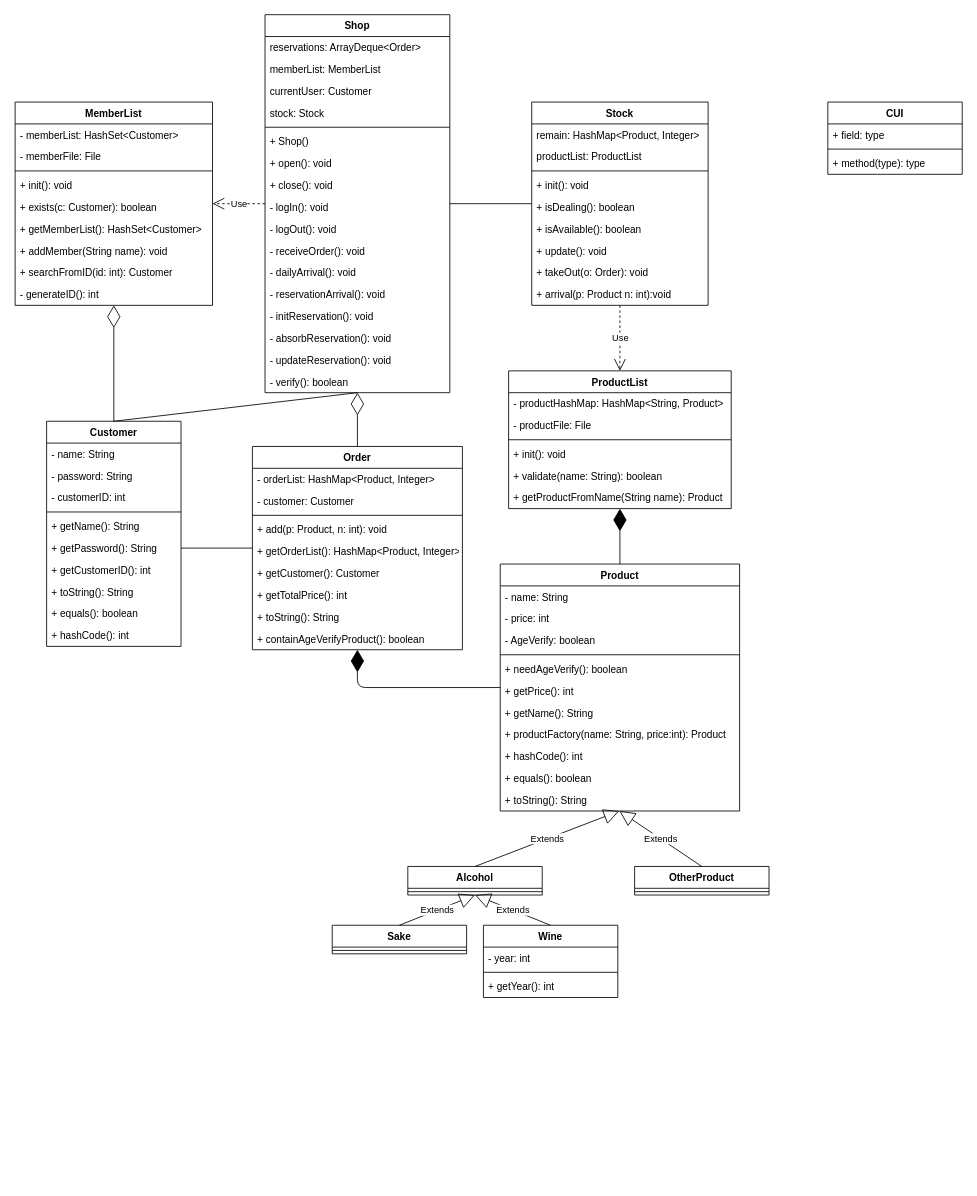
Above: img/class.drawio in Silviase/Shop (draw.io), before the change. Source tidied: cells renumbered, new cells numbered last; positions are measured from the earlier drawing's top-left corner, leaving out a move shared by most shapes. Both pictures are drawn from the tidied source at 84%, with x=0, y=0 at pixel (14, 14).
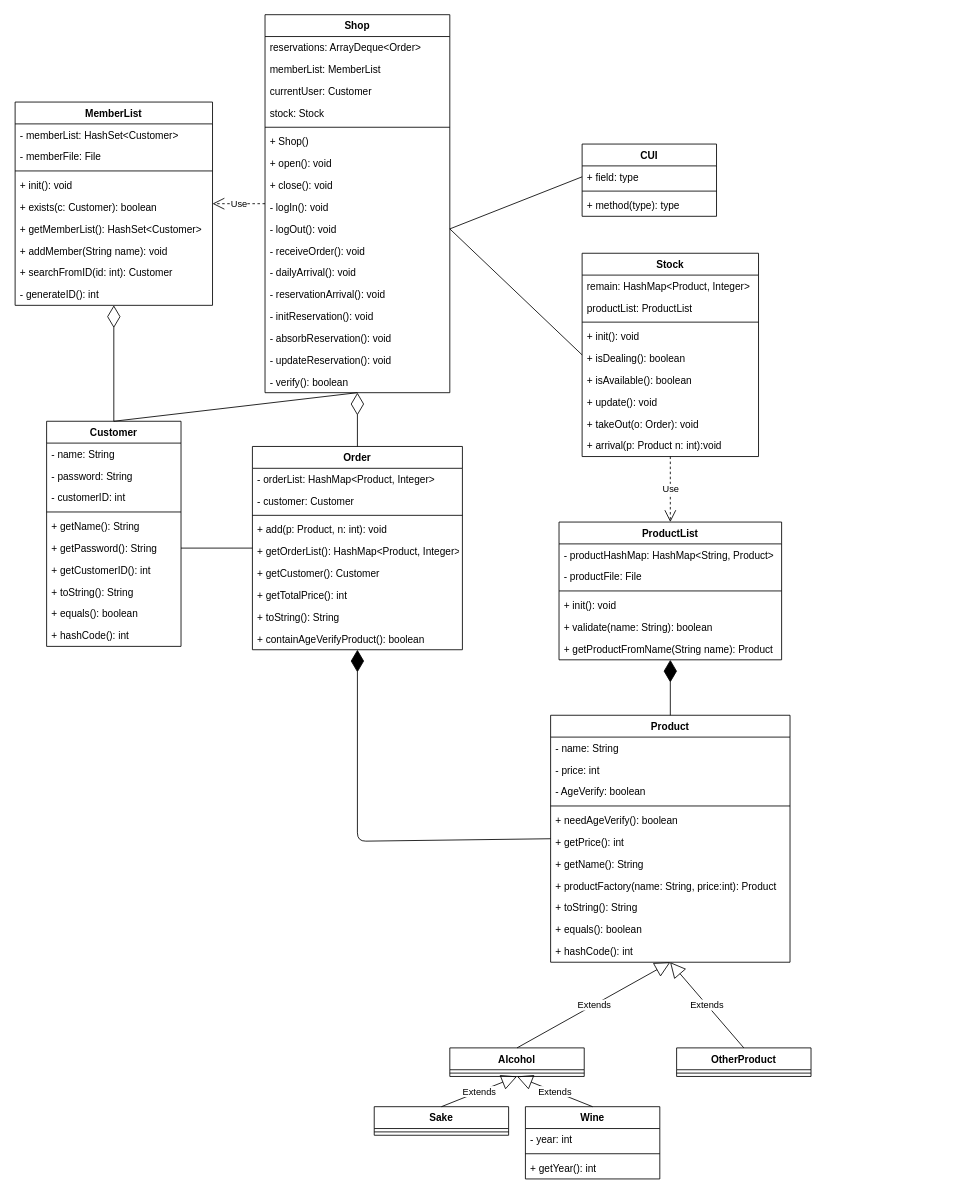
After the change.

The change refers to these unchanged cells:
```xml
<mxCell id="33" value="Order" style="swimlane;fontStyle=1;align=center;verticalAlign=top;horizontal=1;startSize=26;" parent="1" vertex="1">
  <mxGeometry x="283" y="514" width="250" height="242" as="geometry" />
</mxCell>
<mxCell id="43" value="Shop" style="swimlane;fontStyle=1;align=center;verticalAlign=top;horizontal=1;startSize=26;" parent="1" vertex="1">
  <mxGeometry x="298" width="220" height="450" as="geometry" />
</mxCell>
<mxCell id="53" value="- logOut(): void" style="text;strokeColor=none;fillColor=none;align=left;verticalAlign=top;spacingLeft=4;spacingRight=4;overflow=hidden;points=[[0,0.5],[1,0.5]];portConstraint=eastwest;" parent="43" vertex="1">
  <mxGeometry y="242" width="220" height="26" as="geometry" />
</mxCell>
<mxCell id="104" value="+ field: type" style="text;strokeColor=none;fillColor=none;align=left;verticalAlign=top;spacingLeft=4;spacingRight=4;overflow=hidden;points=[[0,0.5],[1,0.5]];portConstraint=eastwest;" parent="103" vertex="1">
  <mxGeometry y="26" width="160" height="26" as="geometry" />
</mxCell>
```

Diff of the diagram source:
```diff
@@
     <mxCell id="2" value="Product" style="swimlane;fontStyle=1;align=center;verticalAlign=top;horizontal=1;startSize=26;" parent="1" vertex="1">
-      <mxGeometry x="578" y="654" width="285" height="294" as="geometry" />
+      <mxGeometry x="638" y="834" width="285" height="294" as="geometry" />
     </mxCell>
@@
+    <mxCell id="13" value="+ toString(): String" style="text;strokeColor=none;fillColor=none;align=left;verticalAlign=top;spacingLeft=4;spacingRight=4;overflow=hidden;points=[[0,0.5],[1,0.5]];portConstraint=eastwest;" parent="2" vertex="1">
+      <mxGeometry y="216" width="285" height="26" as="geometry" />
+    </mxCell>
+    <mxCell id="12" value="+ equals(): boolean" style="text;strokeColor=none;fillColor=none;align=left;verticalAlign=top;spacingLeft=4;spacingRight=4;overflow=hidden;" parent="2" vertex="1">
+      <mxGeometry y="242" width="285" height="26" as="geometry" />
+    </mxCell>
     <mxCell id="11" value="+ hashCode(): int" style="text;strokeColor=none;fillColor=none;align=left;verticalAlign=top;spacingLeft=4;spacingRight=4;overflow=hidden;points=[[0,0.5],[1,0.5]];portConstraint=eastwest;" parent="2" vertex="1">
-      <mxGeometry y="216" width="285" height="26" as="geometry" />
+      <mxGeometry y="268" width="285" height="26" as="geometry" />
     </mxCell>
-    <mxCell id="12" value="+ equals(): boolean" style="text;strokeColor=none;fillColor=none;align=left;verticalAlign=top;spacingLeft=4;spacingRight=4;overflow=hidden;" parent="2" vertex="1">
-      <mxGeometry y="242" width="285" height="26" as="geometry" />
-    </mxCell>
-    <mxCell id="13" value="+ toString(): String" style="text;strokeColor=none;fillColor=none;align=left;verticalAlign=top;spacingLeft=4;spacingRight=4;overflow=hidden;points=[[0,0.5],[1,0.5]];portConstraint=eastwest;" parent="2" vertex="1">
-      <mxGeometry y="268" width="285" height="26" as="geometry" />
-    </mxCell>
     <mxCell id="14" value="Sake" style="swimlane;fontStyle=1;align=center;verticalAlign=top;horizontal=1;startSize=26;" parent="1" vertex="1">
-      <mxGeometry x="378" y="1084" width="160" height="34" as="geometry" />
+      <mxGeometry x="428" y="1300" width="160" height="34" as="geometry" />
     </mxCell>
@@
     <mxCell id="16" value="Wine" style="swimlane;fontStyle=1;align=center;verticalAlign=top;horizontal=1;startSize=26;" parent="1" vertex="1">
-      <mxGeometry x="558" y="1084" width="160" height="86" as="geometry" />
+      <mxGeometry x="608" y="1300" width="160" height="86" as="geometry" />
     </mxCell>
@@
     <mxCell id="20" value="OtherProduct" style="swimlane;fontStyle=1;align=center;verticalAlign=top;horizontal=1;startSize=26;" parent="1" vertex="1">
-      <mxGeometry x="738" y="1014" width="160" height="34" as="geometry" />
+      <mxGeometry x="788" y="1230" width="160" height="34" as="geometry" />
     </mxCell>
@@
-    <mxCell id="63" value="Extends" style="endArrow=block;endSize=16;endFill=0;html=1;exitX=0.5;exitY=0;exitDx=0;exitDy=0;entryX=0.498;entryY=1;entryDx=0;entryDy=0;entryPerimeter=0;" parent="1" edge="1" source="20" target="13">
+    <mxCell id="63" value="Extends" style="endArrow=block;endSize=16;endFill=0;html=1;exitX=0.5;exitY=0;exitDx=0;exitDy=0;entryX=0.499;entryY=0.997;entryDx=0;entryDy=0;entryPerimeter=0;" parent="1" edge="1" source="20" target="11">
       <mxGeometry relative="1" as="geometry" />
     </mxCell>
@@
     <mxCell id="75" value="ProductList" style="swimlane;fontStyle=1;align=center;verticalAlign=top;horizontal=1;startSize=26;" parent="1" vertex="1">
-      <mxGeometry x="588" y="424" width="265" height="164" as="geometry" />
+      <mxGeometry x="648" y="604" width="265" height="164" as="geometry" />
     </mxCell>
@@
     <mxCell id="83" value="Stock" style="swimlane;fontStyle=1;align=center;verticalAlign=top;horizontal=1;startSize=26;" parent="1" vertex="1">
-      <mxGeometry x="615.5" y="104" width="210" height="242" as="geometry" />
+      <mxGeometry x="675.5" y="284" width="210" height="242" as="geometry" />
     </mxCell>
@@
-    <mxCell id="93" style="endArrow=none;html=1;entryX=0;entryY=0.5;entryDx=0;entryDy=0;exitX=1;exitY=0.5;exitDx=0;exitDy=0;" parent="1" edge="1" source="43" target="83">
+    <mxCell id="93" style="endArrow=none;html=1;entryX=0;entryY=0.5;entryDx=0;entryDy=0;exitX=1;exitY=0.5;exitDx=0;exitDy=0;" parent="1" edge="1" source="53" target="83">
       <mxGeometry relative="1" as="geometry" />
     </mxCell>
     <mxCell id="94" style="endArrow=diamondThin;endFill=1;endSize=24;html=1;entryX=0.5;entryY=1;entryDx=0;entryDy=0;exitX=0;exitY=0.5;exitDx=0;exitDy=0;" parent="1" edge="1" source="2" target="33">
       <mxGeometry relative="1" as="geometry">
         <Array as="points">
-          <mxPoint x="408" y="801" />
+          <mxPoint x="408" y="984" />
         </Array>
       </mxGeometry>
     </mxCell>
@@
     <mxCell id="99" value="Alcohol" style="swimlane;fontStyle=1;align=center;verticalAlign=top;horizontal=1;startSize=26;" parent="1" vertex="1">
-      <mxGeometry x="468" y="1014" width="160" height="34" as="geometry" />
+      <mxGeometry x="518" y="1230" width="160" height="34" as="geometry" />
     </mxCell>
@@
-    <mxCell id="101" value="Extends" style="endArrow=block;endSize=16;endFill=0;html=1;exitX=0.5;exitY=0;exitDx=0;exitDy=0;entryX=0.497;entryY=1.001;entryDx=0;entryDy=0;entryPerimeter=0;" parent="1" edge="1" source="99" target="13">
+    <mxCell id="101" value="Extends" style="endArrow=block;endSize=16;endFill=0;html=1;exitX=0.5;exitY=0;exitDx=0;exitDy=0;entryX=0.5;entryY=1;entryDx=0;entryDy=0;" parent="1" edge="1" source="99" target="2">
       <mxGeometry relative="1" as="geometry" />
     </mxCell>
@@
     <mxCell id="103" value="CUI" style="swimlane;fontStyle=1;align=center;verticalAlign=top;horizontal=1;startSize=26;" parent="1" vertex="1">
-      <mxGeometry x="968" y="104" width="160" height="86" as="geometry" />
+      <mxGeometry x="675.5" y="154" width="160" height="86" as="geometry" />
     </mxCell>
@@
+    <mxCell id="107" style="endArrow=none;html=1;entryX=0;entryY=0.5;entryDx=0;entryDy=0;exitX=1;exitY=0.5;exitDx=0;exitDy=0;" parent="1" edge="1" source="53" target="104">
+      <mxGeometry relative="1" as="geometry" />
+    </mxCell>
```
